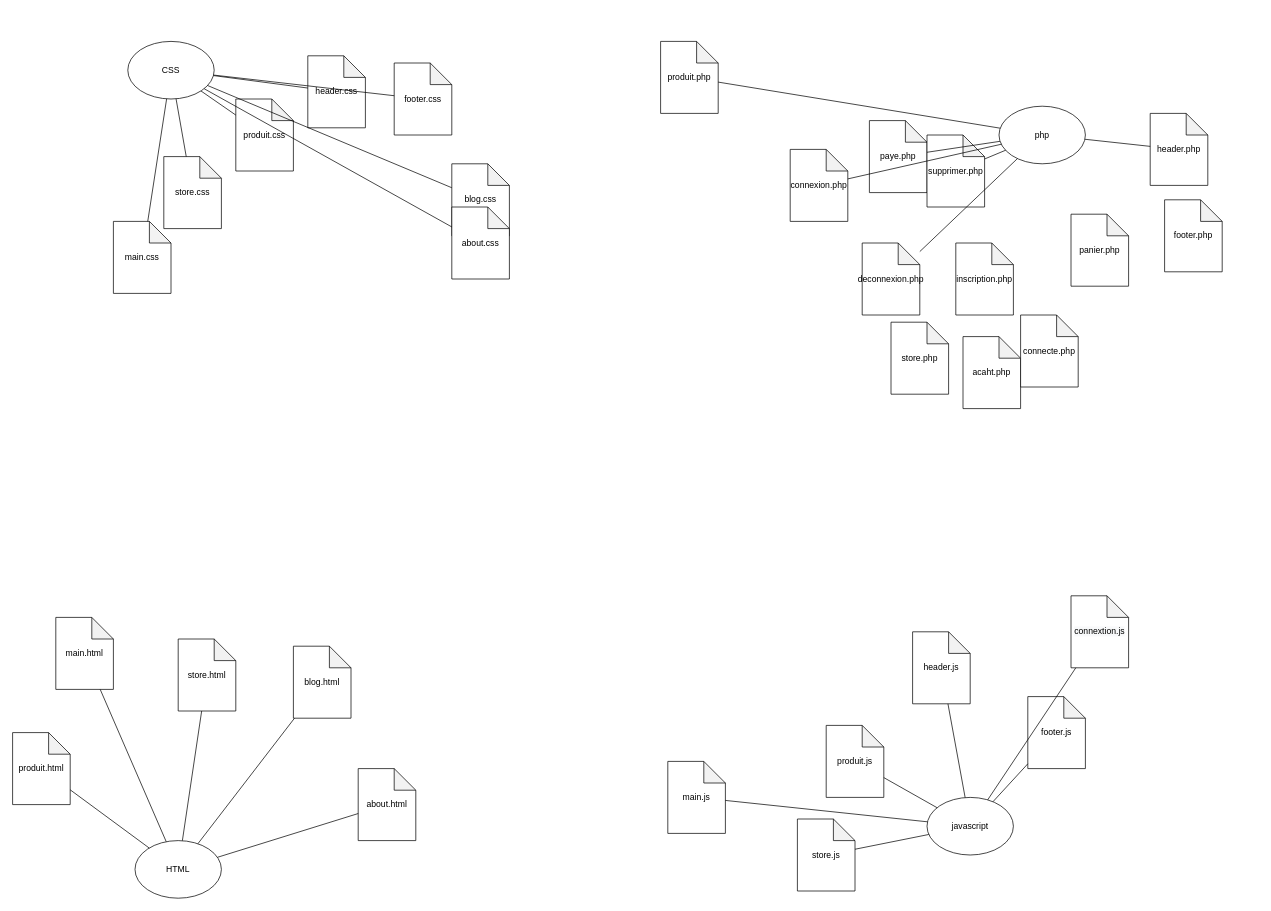
This is Untitled Diagram.drawio from maelisdpts/maelisdpts.github.io, a draw.io file, before an edit. Source tidied: cells renumbered, new cells numbered last; positions are measured from the earlier drawing's top-left corner, leaving out a move shared by most shapes. Both pictures are drawn from the tidied source at 72%, with x=0, y=0 at pixel (12, 41).
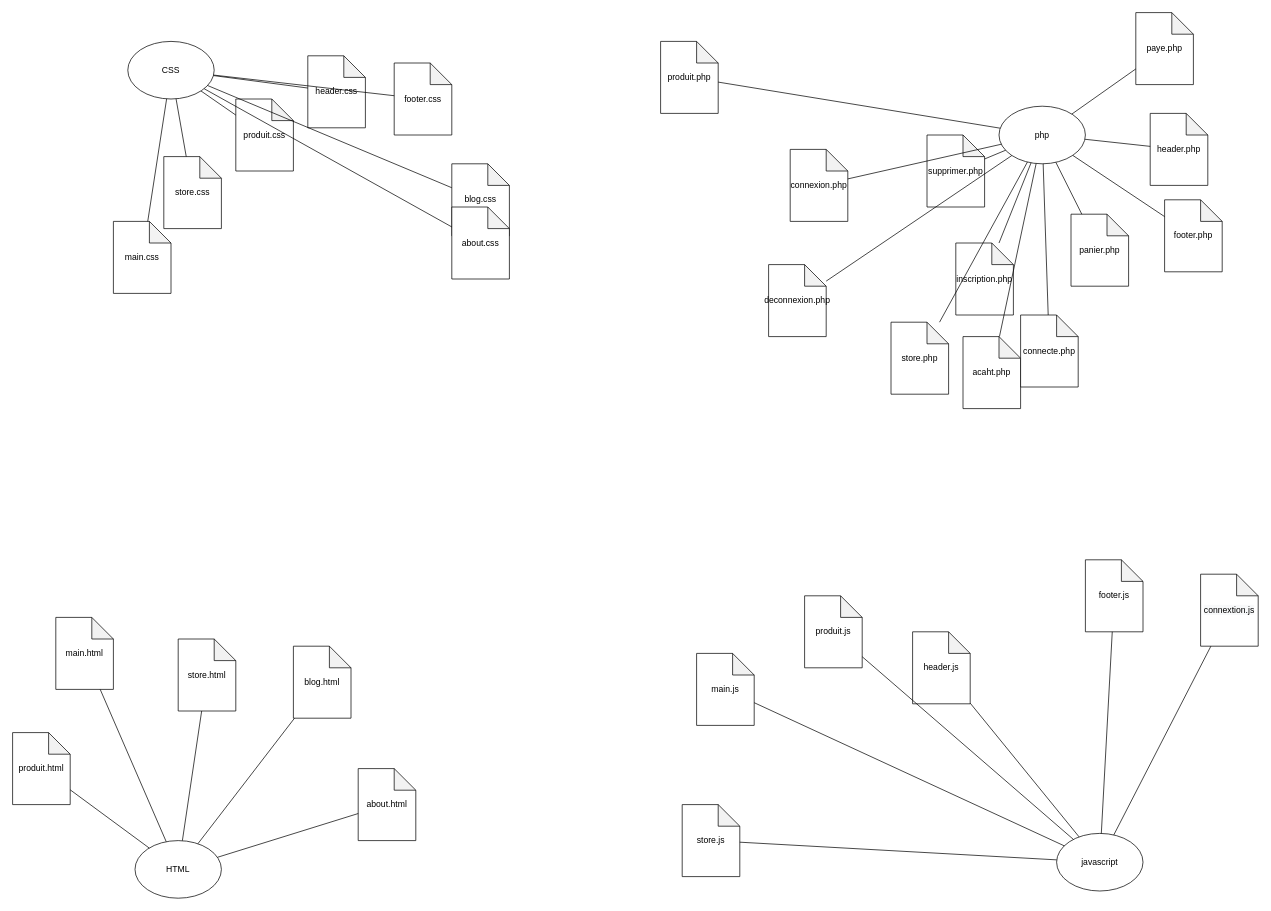
After the change.

The change refers to these unchanged cells:
```xml
<mxCell id="23" value="php" style="ellipse;whiteSpace=wrap;html=1;" parent="1" vertex="1">
  <mxGeometry x="1370" y="90" width="120" height="80" as="geometry" />
</mxCell>
<mxCell id="25" value="store.php" style="shape=note;whiteSpace=wrap;html=1;backgroundOutline=1;darkOpacity=0.05;" parent="1" vertex="1">
  <mxGeometry x="1220" y="390" width="80" height="100" as="geometry" />
</mxCell>
<mxCell id="27" value="footer.php" style="shape=note;whiteSpace=wrap;html=1;backgroundOutline=1;darkOpacity=0.05;" parent="1" vertex="1">
  <mxGeometry x="1600" y="220" width="80" height="100" as="geometry" />
</mxCell>
<mxCell id="28" value="acaht.php" style="shape=note;whiteSpace=wrap;html=1;backgroundOutline=1;darkOpacity=0.05;" parent="1" vertex="1">
  <mxGeometry x="1320" y="410" width="80" height="100" as="geometry" />
</mxCell>
<mxCell id="29" value="connecte.php" style="shape=note;whiteSpace=wrap;html=1;backgroundOutline=1;darkOpacity=0.05;" parent="1" vertex="1">
  <mxGeometry x="1400" y="380" width="80" height="100" as="geometry" />
</mxCell>
<mxCell id="32" value="inscription.php" style="shape=note;whiteSpace=wrap;html=1;backgroundOutline=1;darkOpacity=0.05;" parent="1" vertex="1">
  <mxGeometry x="1310" y="280" width="80" height="100" as="geometry" />
</mxCell>
<mxCell id="33" value="panier.php" style="shape=note;whiteSpace=wrap;html=1;backgroundOutline=1;darkOpacity=0.05;" parent="1" vertex="1">
  <mxGeometry x="1470" y="240" width="80" height="100" as="geometry" />
</mxCell>
```

Diff of the diagram source:
```diff
@@
     <mxCell id="16" value="javascript" style="ellipse;whiteSpace=wrap;html=1;" parent="1" vertex="1">
-      <mxGeometry x="1270" y="1050" width="120" height="80" as="geometry" />
+      <mxGeometry x="1450" y="1100" width="120" height="80" as="geometry" />
     </mxCell>
     <mxCell id="17" value="main.js" style="shape=note;whiteSpace=wrap;html=1;backgroundOutline=1;darkOpacity=0.05;" parent="1" vertex="1">
-      <mxGeometry x="910" y="1000" width="80" height="100" as="geometry" />
+      <mxGeometry x="950" y="850" width="80" height="100" as="geometry" />
     </mxCell>
     <mxCell id="18" value="store.js" style="shape=note;whiteSpace=wrap;html=1;backgroundOutline=1;darkOpacity=0.05;" parent="1" vertex="1">
-      <mxGeometry x="1090" y="1080" width="80" height="100" as="geometry" />
+      <mxGeometry x="930" y="1060" width="80" height="100" as="geometry" />
     </mxCell>
     <mxCell id="19" value="produit.js" style="shape=note;whiteSpace=wrap;html=1;backgroundOutline=1;darkOpacity=0.05;" parent="1" vertex="1">
-      <mxGeometry x="1130" y="950" width="80" height="100" as="geometry" />
+      <mxGeometry x="1100" y="770" width="80" height="100" as="geometry" />
     </mxCell>
@@
     <mxCell id="21" value="footer.js" style="shape=note;whiteSpace=wrap;html=1;backgroundOutline=1;darkOpacity=0.05;" parent="1" vertex="1">
-      <mxGeometry x="1410" y="910" width="80" height="100" as="geometry" />
+      <mxGeometry x="1490" y="720" width="80" height="100" as="geometry" />
     </mxCell>
     <mxCell id="22" value="&#10;&#10;&lt;span style=&quot;color: rgb(0, 0, 0); font-family: helvetica; font-size: 12px; font-style: normal; font-weight: 400; letter-spacing: normal; text-align: center; text-indent: 0px; text-transform: none; word-spacing: 0px; background-color: rgb(248, 249, 250); display: inline; float: none;&quot;&gt;connextion.js&lt;/span&gt;&#10;&#10;" style="shape=note;whiteSpace=wrap;html=1;backgroundOutline=1;darkOpacity=0.05;" parent="1" vertex="1">
-      <mxGeometry x="1470" y="770" width="80" height="100" as="geometry" />
+      <mxGeometry x="1650" y="740" width="80" height="100" as="geometry" />
     </mxCell>
@@
     <mxCell id="31" value="deconnexion.php" style="shape=note;whiteSpace=wrap;html=1;backgroundOutline=1;darkOpacity=0.05;" parent="1" vertex="1">
-      <mxGeometry x="1180" y="280" width="80" height="100" as="geometry" />
+      <mxGeometry x="1050" y="310" width="80" height="100" as="geometry" />
     </mxCell>
@@
     <mxCell id="34" value="paye.php" style="shape=note;whiteSpace=wrap;html=1;backgroundOutline=1;darkOpacity=0.05;" parent="1" vertex="1">
-      <mxGeometry x="1190" y="110" width="80" height="100" as="geometry" />
+      <mxGeometry x="1560" y="-40" width="80" height="100" as="geometry" />
     </mxCell>
@@
+    <mxCell id="60" style="endArrow=none;html=1;" parent="1" edge="1" source="32" target="23">
+      <mxGeometry relative="1" as="geometry" />
+    </mxCell>
+    <mxCell id="61" style="endArrow=none;html=1;" parent="1" edge="1" source="23" target="25">
+      <mxGeometry relative="1" as="geometry" />
+    </mxCell>
+    <mxCell id="62" style="endArrow=none;html=1;" parent="1" edge="1" source="28" target="23">
+      <mxGeometry relative="1" as="geometry" />
+    </mxCell>
+    <mxCell id="63" style="endArrow=none;html=1;" parent="1" edge="1" source="29" target="23">
+      <mxGeometry relative="1" as="geometry" />
+    </mxCell>
+    <mxCell id="64" style="endArrow=none;html=1;" parent="1" edge="1" source="33" target="23">
+      <mxGeometry relative="1" as="geometry" />
+    </mxCell>
+    <mxCell id="65" style="endArrow=none;html=1;" parent="1" edge="1" source="27" target="23">
+      <mxGeometry relative="1" as="geometry" />
+    </mxCell>
```
